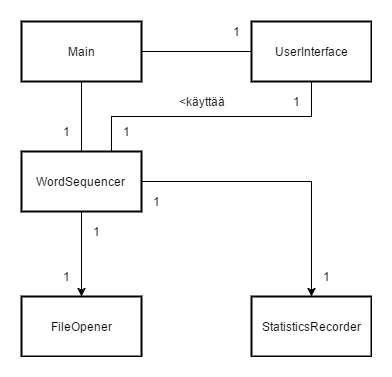
Earlier version of the draw.io export dokumentaatio/luokkakaavio.png (pavelgar/fastreader). Source tidied: cells renumbered, new cells last; positions are measured from the earlier drawing's top-left corner, leaving out a move shared by most shapes.
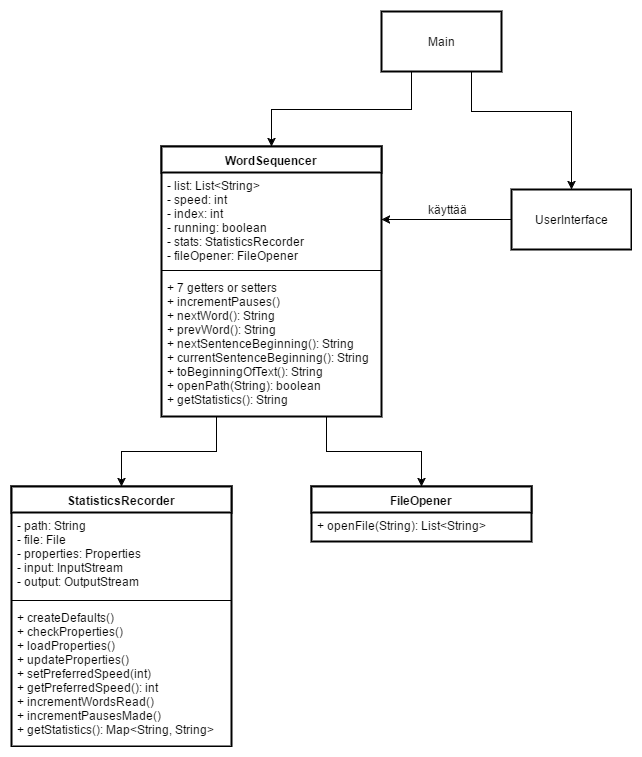
Above is the later version.

The edit, as a diff of the source:
```diff
@@ -2,66 +2,64 @@
   <root>
     <mxCell id="0" />
     <mxCell id="1" parent="0" />
+    <mxCell id="15" style="edgeStyle=orthogonalEdgeStyle;rounded=0;html=1;exitX=0;exitY=0.5;entryX=1;entryY=0.5;shadow=0;startArrow=none;startFill=0;endArrow=classic;endFill=1;jettySize=auto;" parent="1" edge="1" source="2" target="22">
+      <mxGeometry relative="1" as="geometry" />
+    </mxCell>
-    <mxCell id="2" style="edgeStyle=orthogonalEdgeStyle;rounded=0;html=1;jettySize=auto;endArrow=none;endFill=0;" parent="1" edge="1" source="4" target="8">
-      <mxGeometry relative="1" as="geometry" />
+    <mxCell id="2" value="UserInterface" style="whiteSpace=wrap;html=1;strokeWidth=2;align=center;" parent="1" vertex="1">
+      <mxGeometry x="500" y="178" width="120" height="60" as="geometry" />
     </mxCell>
-    <mxCell id="3" style="edgeStyle=orthogonalEdgeStyle;rounded=0;html=1;jettySize=auto;shadow=0;endArrow=none;endFill=0;" parent="1" edge="1" source="4" target="7">
-      <mxGeometry relative="1" as="geometry" />
-    </mxCell>
-    <mxCell id="4" value="Main" style="whiteSpace=wrap;html=1;strokeWidth=2;" parent="1" vertex="1">
-      <mxGeometry width="120" height="60" as="geometry" />
-    </mxCell>
-    <mxCell id="5" style="edgeStyle=orthogonalEdgeStyle;rounded=0;html=1;exitX=0.75;exitY=0;entryX=0.5;entryY=1;shadow=0;startArrow=none;startFill=0;endArrow=none;endFill=0;jettySize=auto;" parent="1" edge="1" source="7" target="8">
-      <mxGeometry relative="1" as="geometry" />
-    </mxCell>
+    <mxCell id="21" style="edgeStyle=orthogonalEdgeStyle;rounded=0;html=1;exitX=0.25;exitY=1;entryX=0.5;entryY=0;shadow=0;startArrow=none;startFill=0;endArrow=classic;endFill=1;jettySize=auto;" parent="1" edge="1" source="7" target="25">
+      <mxGeometry relative="1" as="geometry" />
+    </mxCell>
-    <mxCell id="6" style="edgeStyle=orthogonalEdgeStyle;rounded=0;html=1;exitX=0.5;exitY=1;entryX=0.5;entryY=0;shadow=0;startArrow=none;startFill=0;endArrow=classic;endFill=1;jettySize=auto;" parent="1" edge="1" source="7" target="9">
+    <mxCell id="6" style="edgeStyle=orthogonalEdgeStyle;rounded=0;html=1;exitX=0.75;exitY=1;entryX=0.5;entryY=0;shadow=0;startArrow=none;startFill=0;endArrow=classic;endFill=1;jettySize=auto;" parent="1" edge="1" source="7" target="9">
       <mxGeometry relative="1" as="geometry" />
     </mxCell>
-    <mxCell id="7" value="WordSequencer" style="whiteSpace=wrap;html=1;strokeWidth=2;" parent="1" vertex="1">
-      <mxGeometry y="130" width="120" height="60" as="geometry" />
+    <mxCell id="7" value="WordSequencer" style="swimlane;html=1;fontStyle=1;align=center;verticalAlign=top;horizontal=1;startSize=26;swimlaneFillColor=#ffffff;strokeWidth=2;" parent="1" vertex="1">
+      <mxGeometry x="150" y="135" width="220" height="270" as="geometry" />
     </mxCell>
-    <mxCell id="8" value="UserInterface" style="whiteSpace=wrap;html=1;strokeWidth=2;" parent="1" vertex="1">
-      <mxGeometry x="230" width="120" height="60" as="geometry" />
-    </mxCell>
-    <mxCell id="9" value="FileOpener" style="whiteSpace=wrap;html=1;strokeWidth=2;direction=east;" parent="1" vertex="1">
-      <mxGeometry y="275" width="120" height="60" as="geometry" />
-    </mxCell>
+    <mxCell id="22" value="- list: List&amp;lt;String&amp;gt;&lt;div&gt;- speed: int&lt;/div&gt;&lt;div&gt;- index: int&lt;/div&gt;&lt;div&gt;- running: boolean&lt;/div&gt;&lt;div&gt;- stats: StatisticsRecorder&lt;/div&gt;&lt;div&gt;- fileOpener: FileOpener&lt;/div&gt;" style="text;html=1;strokeColor=none;fillColor=none;align=left;verticalAlign=top;spacingLeft=4;spacingRight=4;whiteSpace=wrap;overflow=hidden;points=[[0,0.5],[1,0.5]];portConstraint=eastwest;" parent="7" vertex="1">
+      <mxGeometry y="26" width="220" height="94" as="geometry" />
+    </mxCell>
+    <mxCell id="23" style="line;html=1;strokeWidth=1;fillColor=none;align=left;verticalAlign=middle;spacingTop=-1;spacingLeft=3;spacingRight=3;labelPosition=right;" parent="7" vertex="1">
+      <mxGeometry y="120" width="220" height="8" as="geometry" />
+    </mxCell>
+    <mxCell id="24" value="&lt;div&gt;&lt;span&gt;+ 7 getters or setters&lt;/span&gt;&lt;/div&gt;&lt;div&gt;+ incrementPauses()&lt;/div&gt;&lt;div&gt;+ nextWord(): String&lt;/div&gt;&lt;div&gt;+ prevWord(): String&lt;/div&gt;&lt;div&gt;+ nextSentenceBeginning(): String&lt;/div&gt;&lt;div&gt;+ currentSentenceBeginning(): String&lt;/div&gt;&lt;div&gt;+ toBeginningOfText(): String&lt;/div&gt;&lt;div&gt;+ openPath(String): boolean&lt;/div&gt;&lt;div&gt;+ getStatistics(): String&lt;/div&gt;" style="text;html=1;strokeColor=none;fillColor=none;align=left;verticalAlign=top;spacingLeft=4;spacingRight=4;whiteSpace=wrap;overflow=hidden;" parent="7" vertex="1">
+      <mxGeometry y="128" width="220" height="132" as="geometry" />
+    </mxCell>
+    <mxCell id="25" value="StatisticsRecorder" style="swimlane;html=1;fontStyle=1;align=center;verticalAlign=top;horizontal=1;startSize=26;swimlaneFillColor=#ffffff;strokeWidth=2;" parent="1" vertex="1">
+      <mxGeometry y="475" width="220" height="260" as="geometry" />
+    </mxCell>
-    <mxCell id="10" value="1" style="text;html=1;strokeColor=none;fillColor=none;align=left;verticalAlign=middle;whiteSpace=wrap;" parent="1" vertex="1">
-      <mxGeometry x="40" y="245" width="40" height="20" as="geometry" />
+    <mxCell id="10" value="- path: String&lt;div&gt;- file: File&lt;/div&gt;&lt;div&gt;- properties: Properties&lt;/div&gt;&lt;div&gt;- input: InputStream&lt;/div&gt;&lt;div&gt;- output: OutputStream&lt;/div&gt;" style="text;html=1;strokeColor=none;fillColor=none;align=left;verticalAlign=top;spacingLeft=4;spacingRight=4;whiteSpace=wrap;overflow=hidden;" parent="25" vertex="1">
+      <mxGeometry y="26" width="220" height="84" as="geometry" />
     </mxCell>
-    <mxCell id="11" value="&lt;div style=&quot;text-align: right&quot;&gt;&lt;span&gt;1&lt;/span&gt;&lt;/div&gt;" style="text;html=1;strokeColor=none;fillColor=none;align=right;verticalAlign=middle;whiteSpace=wrap;" parent="1" vertex="1">
-      <mxGeometry x="70" y="100" width="40" height="20" as="geometry" />
+    <mxCell id="11" style="line;html=1;strokeWidth=1;fillColor=none;align=left;verticalAlign=middle;spacingTop=-1;spacingLeft=3;spacingRight=3;labelPosition=right;" parent="25" vertex="1">
+      <mxGeometry y="110" width="220" height="8" as="geometry" />
     </mxCell>
-    <mxCell id="12" value="1" style="text;html=1;strokeColor=none;fillColor=none;align=right;verticalAlign=middle;whiteSpace=wrap;" parent="1" vertex="1">
-      <mxGeometry x="180" width="40" height="20" as="geometry" />
+    <mxCell id="12" value="+ createDefaults()&lt;div&gt;+ checkProperties()&lt;/div&gt;&lt;div&gt;+ loadProperties()&lt;/div&gt;&lt;div&gt;+ updateProperties()&lt;/div&gt;&lt;div&gt;+ setPreferredSpeed(int)&lt;/div&gt;&lt;div&gt;+ getPreferredSpeed(): int&lt;/div&gt;&lt;div&gt;+ incrementWordsRead()&lt;/div&gt;&lt;div&gt;+ incrementPausesMade()&lt;/div&gt;&lt;div&gt;+ getStatistics(): Map&amp;lt;String, String&amp;gt;&lt;/div&gt;" style="text;html=1;strokeColor=none;fillColor=none;align=left;verticalAlign=top;spacingLeft=4;spacingRight=4;whiteSpace=wrap;overflow=hidden;" parent="25" vertex="1">
+      <mxGeometry y="118" width="220" height="132" as="geometry" />
     </mxCell>
-    <mxCell id="13" value="1" style="text;html=1;strokeColor=none;fillColor=none;align=left;verticalAlign=middle;whiteSpace=wrap;" parent="1" vertex="1">
-      <mxGeometry x="130" y="170" width="40" height="20" as="geometry" />
-    </mxCell>
+    <mxCell id="9" value="FileOpener" style="swimlane;html=1;fontStyle=1;align=center;verticalAlign=top;horizontal=1;startSize=26;swimlaneFillColor=#ffffff;strokeWidth=2;" parent="1" vertex="1">
+      <mxGeometry x="300" y="475" width="220" height="55" as="geometry" />
+    </mxCell>
-    <mxCell id="14" value="&lt;div style=&quot;text-align: center&quot;&gt;StatisticsRecorder&lt;/div&gt;" style="whiteSpace=wrap;html=1;strokeWidth=2;align=center;" parent="1" vertex="1">
-      <mxGeometry x="230" y="275" width="120" height="60" as="geometry" />
+    <mxCell id="14" value="+ openFile(String): List&amp;lt;String&amp;gt;" style="text;html=1;strokeColor=none;fillColor=none;align=left;verticalAlign=top;spacingLeft=4;spacingRight=4;whiteSpace=wrap;overflow=hidden;points=[[0,0.5],[1,0.5]];portConstraint=eastwest;" parent="9" vertex="1">
+      <mxGeometry y="26" width="220" height="24" as="geometry" />
     </mxCell>
-    <mxCell id="15" value="&lt;div style=&quot;text-align: left&quot;&gt;&lt;span&gt;1&lt;/span&gt;&lt;/div&gt;" style="text;html=1;strokeColor=none;fillColor=none;align=left;verticalAlign=middle;whiteSpace=wrap;" parent="1" vertex="1">
-      <mxGeometry x="40" y="100" width="40" height="20" as="geometry" />
-    </mxCell>
-    <mxCell id="16" value="1" style="text;html=1;strokeColor=none;fillColor=none;align=left;verticalAlign=middle;whiteSpace=wrap;" parent="1" vertex="1">
-      <mxGeometry x="270" y="70" width="40" height="20" as="geometry" />
+    <mxCell id="16" value="käyttää" style="text;html=1;strokeColor=none;fillColor=none;align=center;verticalAlign=middle;whiteSpace=wrap;" parent="1" vertex="1">
+      <mxGeometry x="410" y="188" width="50" height="20" as="geometry" />
     </mxCell>
-    <mxCell id="17" value="1" style="text;html=1;strokeColor=none;fillColor=none;align=right;verticalAlign=middle;whiteSpace=wrap;" parent="1" vertex="1">
-      <mxGeometry x="40" y="200" width="40" height="20" as="geometry" />
-    </mxCell>
-    <mxCell id="18" value="&amp;lt;käyttää" style="text;html=1;strokeColor=none;fillColor=none;align=center;verticalAlign=middle;whiteSpace=wrap;" parent="1" vertex="1">
-      <mxGeometry x="160" y="70" width="40" height="20" as="geometry" />
-    </mxCell>
-    <mxCell id="19" value="1" style="text;html=1;strokeColor=none;fillColor=none;align=right;verticalAlign=middle;whiteSpace=wrap;" parent="1" vertex="1">
-      <mxGeometry x="270" y="245" width="40" height="20" as="geometry" />
-    </mxCell>
-    <mxCell id="20" style="edgeStyle=orthogonalEdgeStyle;rounded=0;html=1;exitX=1;exitY=0.5;entryX=0.5;entryY=0;shadow=0;startArrow=none;startFill=0;endArrow=classic;endFill=1;jettySize=auto;" parent="1" edge="1" source="7" target="14">
-      <mxGeometry relative="1" as="geometry">
-        <Array as="points">
-          <mxPoint x="290" y="160" />
-        </Array>
-      </mxGeometry>
-    </mxCell>
+    <mxCell id="3" style="edgeStyle=orthogonalEdgeStyle;rounded=0;html=1;exitX=0.25;exitY=1;entryX=0.5;entryY=0;shadow=0;startArrow=none;startFill=0;endArrow=classic;endFill=1;jettySize=auto;" parent="1" edge="1" source="4" target="7">
+      <mxGeometry relative="1" as="geometry" />
+    </mxCell>
+    <mxCell id="26" style="edgeStyle=orthogonalEdgeStyle;rounded=0;html=1;exitX=0.75;exitY=1;entryX=0.5;entryY=0;shadow=0;startArrow=none;startFill=0;endArrow=classic;endFill=1;jettySize=auto;" parent="1" edge="1" source="4" target="2">
+      <mxGeometry relative="1" as="geometry">
+        <Array as="points">
+          <mxPoint x="460" y="100" />
+          <mxPoint x="560" y="100" />
+        </Array>
+      </mxGeometry>
+    </mxCell>
+    <mxCell id="4" value="Main" style="whiteSpace=wrap;html=1;strokeWidth=2;align=center;" parent="1" vertex="1">
+      <mxGeometry x="370" width="120" height="60" as="geometry" />
+    </mxCell>
   </root>
 </mxGraphModel>
```
